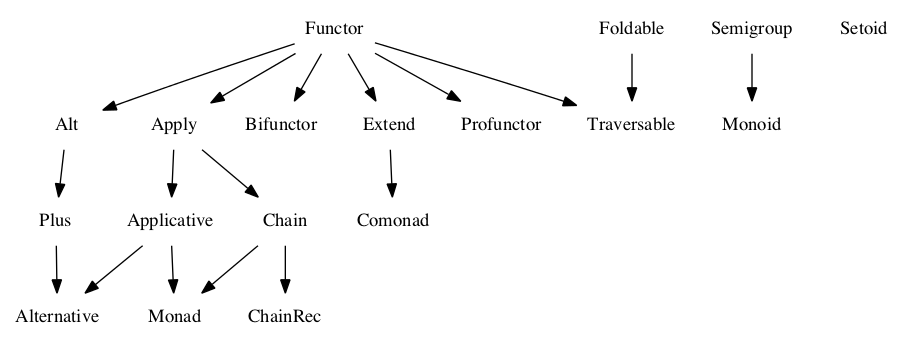
Earlier version of the Graphviz export figures/dependencies.png (fantasyland/fantasy-land). Its source is kept beside it as figures/dependencies.dot.
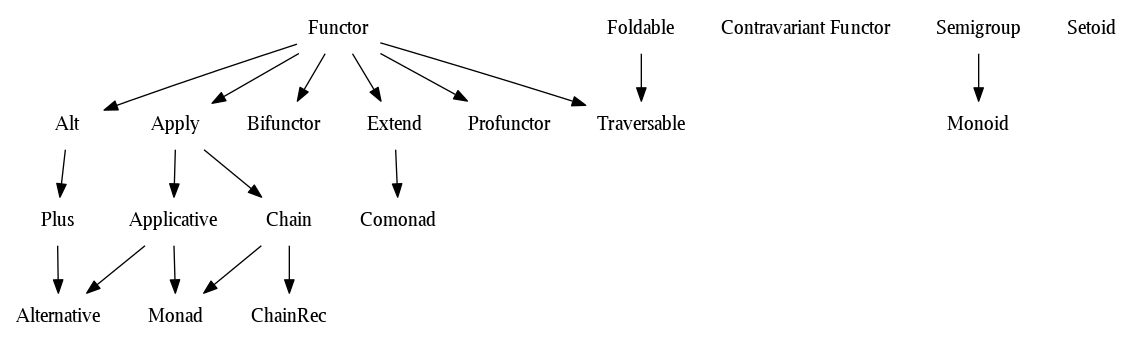
Later version of the same file.

The edit, as a diff of the source:
```diff
@@ -13,6 +13,7 @@
   Extend;
   Foldable;
   Functor;
+  "Contravariant Functor";
   Monad;
   Monoid;
   Plus;
```
